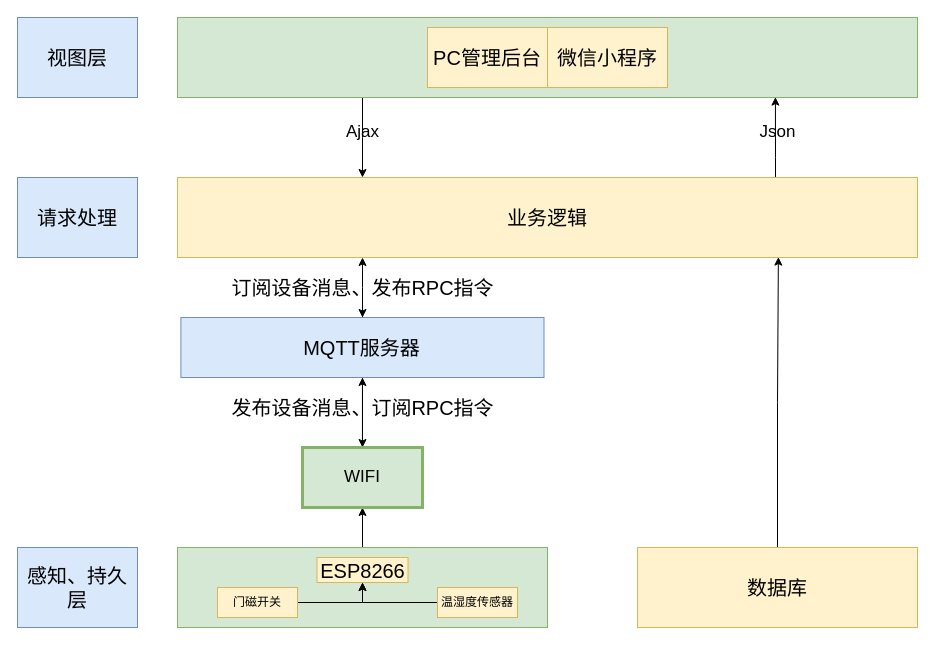
The draw.io diagram resources/未命名绘图.drawio in LY220214/LY220214.github.io, before the edit. Source tidied: cells renumbered, new cells numbered last; positions are measured from the earlier drawing's top-left corner, leaving out a move shared by most shapes. Both pictures are drawn from the tidied source at 100%, with x=0, y=0 at pixel (17, 17).
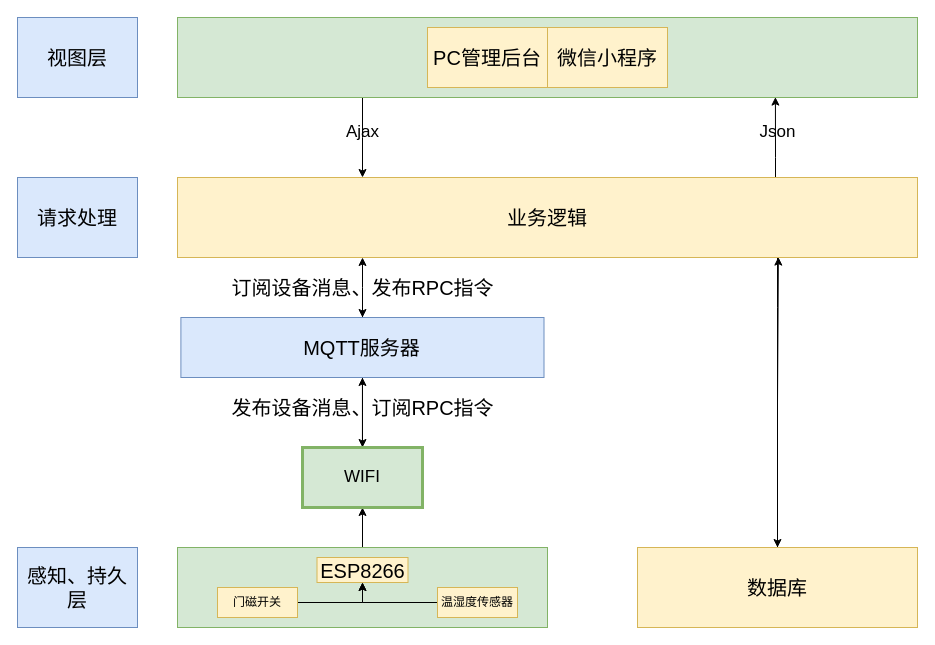
The same diagram, later.

Commit message:
更新未命名绘图.drawio

The change refers to these unchanged cells:
```xml
<mxCell id="17" value="数据库" style="rounded=0;whiteSpace=wrap;html=1;fontSize=20;fillColor=#fff2cc;strokeColor=#d6b656;" parent="1" vertex="1">
  <mxGeometry x="620" y="530" width="280" height="80" as="geometry" />
</mxCell>
<mxCell id="22" value="业务逻辑" style="rounded=0;whiteSpace=wrap;html=1;fontSize=20;fillColor=#fff2cc;strokeColor=#d6b656;" parent="1" vertex="1">
  <mxGeometry x="160" y="160" width="740" height="80" as="geometry" />
</mxCell>
```

Change to the diagram source:
```diff
@@
+    <mxCell id="30" style="edgeStyle=orthogonalEdgeStyle;rounded=0;jettySize=auto;html=1;fontSize=17;" parent="1" edge="1" source="22" target="17">
+      <mxGeometry relative="1" as="geometry">
+        <Array as="points">
+          <mxPoint x="760" y="290" />
+          <mxPoint x="760" y="290" />
+        </Array>
+      </mxGeometry>
+    </mxCell>
```
